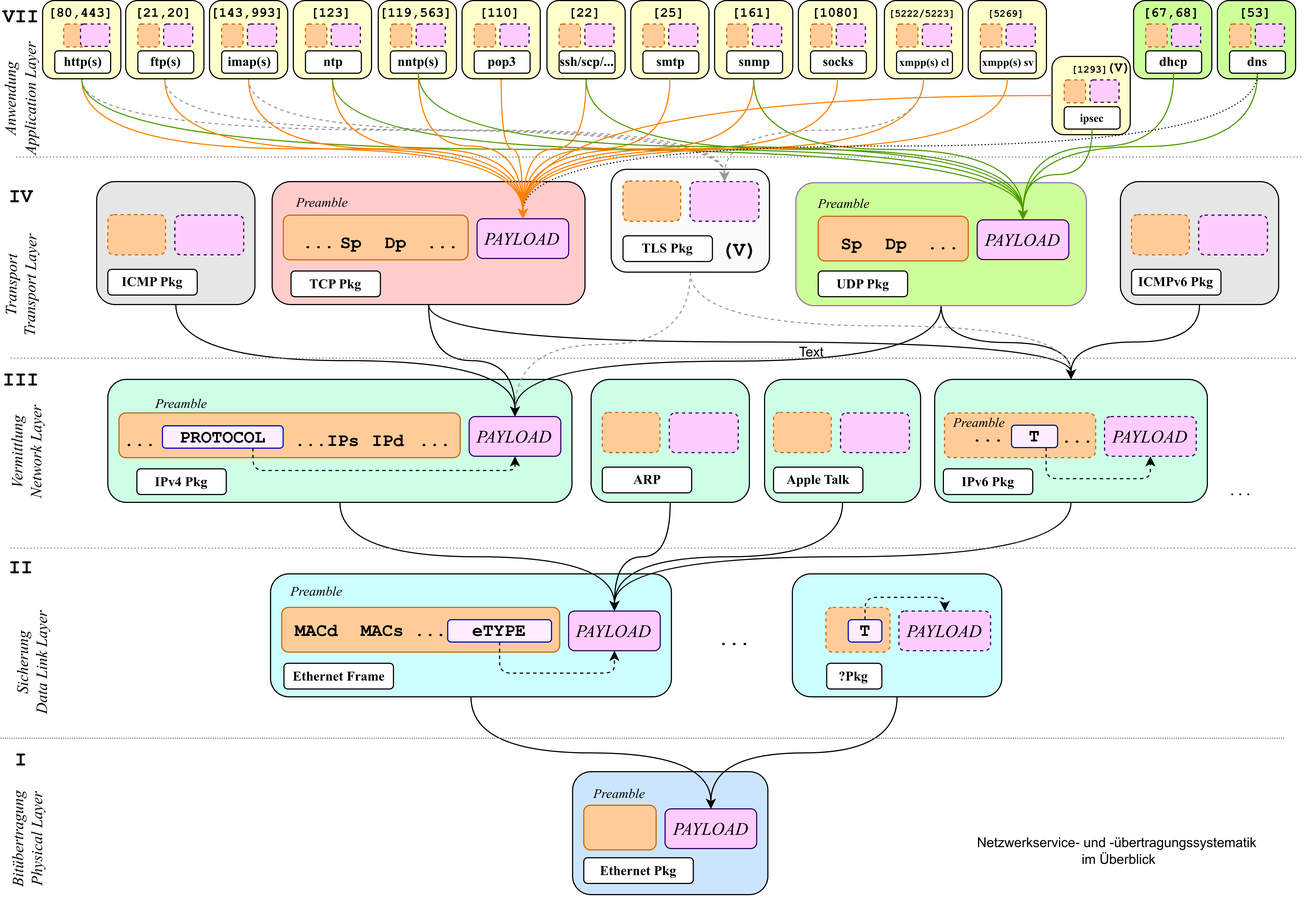
This is sources/img.gl/package-family-tree.png from protirone/protico.ltx, a draw.io export, as it was before one commit. Source tidied: cells renumbered, new cells last; positions are measured from the earlier drawing's top-left corner, leaving out a move shared by most shapes.
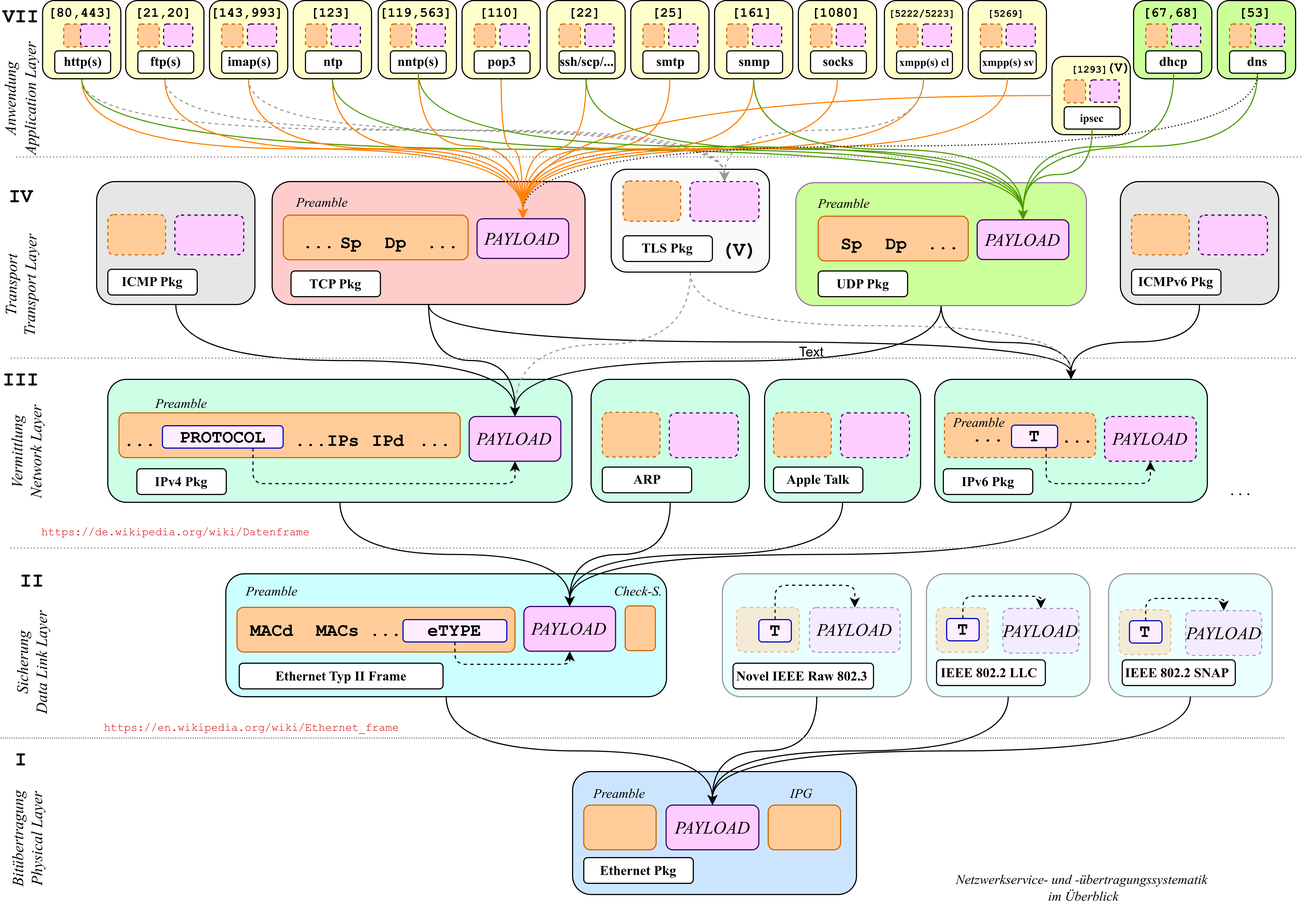
Above is the later version.

The edit, as a diff of the source:
```diff
@@ -4,2 +4,5 @@
     <mxCell id="1" parent="0" />
+    <mxCell id="231" style="rounded=1;whiteSpace=wrap;html=1;fillColor=#CCFFFF;opacity=40;" parent="1" vertex="1">
+      <mxGeometry x="867.6" y="513" width="146.4" height="110" as="geometry" />
+    </mxCell>
     <mxCell id="2" style="rounded=1;whiteSpace=wrap;html=1;fillColor=#CCFFE6;" parent="1" vertex="1">
@@ -20,3 +23,3 @@
     <mxCell id="7" value="&lt;font style=&quot;font-size: 16px;&quot; face=&quot;Garamond&quot;&gt;&lt;i style=&quot;&quot;&gt;PAYLOAD&lt;/i&gt;&lt;/font&gt;" style="rounded=1;whiteSpace=wrap;html=1;fillColor=#FFCCFF;strokeColor=#330066;" parent="1" vertex="1">
-      <mxGeometry x="458.4" y="372.2" width="82" height="35.5" as="geometry" />
+      <mxGeometry x="458.4" y="372.2" width="82" height="40" as="geometry" />
     </mxCell>
@@ -53,3 +56,3 @@
     <mxCell id="18" value="&lt;font style=&quot;font-size: 16px;&quot; face=&quot;Garamond&quot;&gt;&lt;i style=&quot;&quot;&gt;PAYLOAD&lt;/i&gt;&lt;/font&gt;" style="rounded=1;whiteSpace=wrap;html=1;fillColor=#FFCCFF;strokeColor=#330066;dashed=1;" parent="1" vertex="1">
-      <mxGeometry x="1027" y="372.2" width="82" height="35.5" as="geometry" />
+      <mxGeometry x="1027" y="372.2" width="82" height="40" as="geometry" />
     </mxCell>
@@ -71,6 +74,6 @@
     <mxCell id="24" style="rounded=1;whiteSpace=wrap;html=1;fillColor=#FFCC99;strokeColor=#CC6600;fontSize=16;dashed=1;" parent="1" vertex="1">
-      <mxGeometry x="730.8" y="368.5" width="51.6" height="36" as="geometry" />
+      <mxGeometry x="730.8" y="368.5" width="51.6" height="40" as="geometry" />
     </mxCell>
     <mxCell id="25" style="rounded=1;whiteSpace=wrap;html=1;fillColor=#FFCCFF;strokeColor=#330066;dashed=1;" parent="1" vertex="1">
-      <mxGeometry x="790.8" y="369" width="61.6" height="35.5" as="geometry" />
+      <mxGeometry x="790.8" y="369" width="61.6" height="40" as="geometry" />
     </mxCell>
@@ -86,6 +89,6 @@
     <mxCell id="29" style="rounded=1;whiteSpace=wrap;html=1;fillColor=#FFCC99;strokeColor=#CC6600;fontSize=16;dashed=1;" parent="1" vertex="1">
-      <mxGeometry x="577.5" y="368.5" width="51.6" height="36" as="geometry" />
+      <mxGeometry x="577.5" y="368.5" width="51.6" height="40" as="geometry" />
     </mxCell>
     <mxCell id="30" style="rounded=1;whiteSpace=wrap;html=1;fillColor=#FFCCFF;strokeColor=#330066;dashed=1;" parent="1" vertex="1">
-      <mxGeometry x="637.5" y="369" width="61.6" height="35.5" as="geometry" />
+      <mxGeometry x="637.5" y="369" width="61.6" height="40" as="geometry" />
     </mxCell>
@@ -95,15 +98,15 @@
     <mxCell id="32" style="rounded=1;whiteSpace=wrap;html=1;fillColor=#CCFFFF;" parent="1" vertex="1">
-      <mxGeometry x="280.6" y="513" width="358.8" height="110" as="geometry" />
+      <mxGeometry x="240.6" y="513" width="394.4" height="110" as="geometry" />
     </mxCell>
     <mxCell id="33" style="rounded=1;whiteSpace=wrap;html=1;fillColor=#FFCC99;strokeColor=#CC6600;fontSize=16;" parent="1" vertex="1">
-      <mxGeometry x="290.6" y="543" width="248.8" height="40" as="geometry" />
+      <mxGeometry x="250.6" y="543" width="248.8" height="40" as="geometry" />
     </mxCell>
     <mxCell id="34" value="&lt;font face=&quot;Courier New&quot;&gt;MACd&lt;/font&gt;" style="text;html=1;align=center;verticalAlign=middle;whiteSpace=wrap;rounded=0;fontStyle=1;fontSize=16;" parent="1" vertex="1">
-      <mxGeometry x="301.5" y="554" width="40" height="20" as="geometry" />
+      <mxGeometry x="261.5" y="554" width="40" height="20" as="geometry" />
     </mxCell>
     <mxCell id="35" value="&lt;font face=&quot;Courier New&quot;&gt;...&lt;/font&gt;" style="text;html=1;align=center;verticalAlign=middle;whiteSpace=wrap;rounded=0;fontStyle=1;fontSize=16;" parent="1" vertex="1">
-      <mxGeometry x="414.9" y="554" width="18" height="20" as="geometry" />
+      <mxGeometry x="374.9" y="554" width="18" height="20" as="geometry" />
     </mxCell>
     <mxCell id="36" value="&lt;font style=&quot;font-size: 16px;&quot; face=&quot;Garamond&quot;&gt;&lt;i style=&quot;&quot;&gt;PAYLOAD&lt;/i&gt;&lt;/font&gt;" style="rounded=1;whiteSpace=wrap;html=1;fillColor=#FFCCFF;strokeColor=#330066;" parent="1" vertex="1">
-      <mxGeometry x="547.4" y="546.2" width="82" height="35.5" as="geometry" />
+      <mxGeometry x="507.4" y="542.2" width="82" height="40" as="geometry" />
     </mxCell>
@@ -113,15 +116,15 @@
     <mxCell id="38" value="&lt;font face=&quot;Courier New&quot;&gt;eTYPE&lt;/font&gt;" style="text;html=1;align=center;verticalAlign=middle;whiteSpace=wrap;rounded=1;fontStyle=1;strokeColor=#0000CC;fillColor=#FFeeFF;fontSize=16;" parent="1" vertex="1">
-      <mxGeometry x="439.2" y="554" width="92.9" height="20" as="geometry" />
+      <mxGeometry x="399.2" y="554" width="92.9" height="20" as="geometry" />
     </mxCell>
     <mxCell id="39" value="&lt;font face=&quot;Courier New&quot;&gt;MACs&lt;/font&gt;" style="text;html=1;align=center;verticalAlign=middle;whiteSpace=wrap;rounded=0;fontStyle=1;fontSize=16;" parent="1" vertex="1">
-      <mxGeometry x="360.6" y="554" width="40" height="20" as="geometry" />
+      <mxGeometry x="320.6" y="554" width="40" height="20" as="geometry" />
     </mxCell>
-    <mxCell id="40" value="&lt;b&gt;&lt;font face=&quot;Garamond&quot;&gt;Ethernet Frame&lt;/font&gt;&lt;/b&gt;" style="rounded=1;whiteSpace=wrap;html=1;" parent="1" vertex="1">
-      <mxGeometry x="292.6" y="593" width="98" height="23" as="geometry" />
+    <mxCell id="40" value="&lt;b&gt;&lt;font face=&quot;Garamond&quot;&gt;Ethernet Typ II Frame&lt;/font&gt;&lt;/b&gt;" style="rounded=1;whiteSpace=wrap;html=1;" parent="1" vertex="1">
+      <mxGeometry x="252.6" y="593" width="182.4" height="23" as="geometry" />
     </mxCell>
     <mxCell id="41" value="&lt;font face=&quot;Garamond&quot;&gt;&lt;i style=&quot;&quot;&gt;Preamble&lt;/i&gt;&lt;/font&gt;" style="text;html=1;align=center;verticalAlign=middle;whiteSpace=wrap;rounded=0;" parent="1" vertex="1">
-      <mxGeometry x="300.5" y="523" width="42" height="12" as="geometry" />
+      <mxGeometry x="260.5" y="523" width="42" height="12" as="geometry" />
     </mxCell>
     <mxCell id="42" style="rounded=1;whiteSpace=wrap;html=1;fillColor=#CCE5FF;" parent="1" vertex="1">
-      <mxGeometry x="550.9" y="690" width="174.8" height="110" as="geometry" />
+      <mxGeometry x="550.9" y="690" width="254.1" height="110" as="geometry" />
     </mxCell>
@@ -131,3 +134,3 @@
     <mxCell id="44" value="&lt;font style=&quot;font-size: 16px;&quot; face=&quot;Garamond&quot;&gt;&lt;i style=&quot;&quot;&gt;PAYLOAD&lt;/i&gt;&lt;/font&gt;" style="rounded=1;whiteSpace=wrap;html=1;fillColor=#FFCCFF;strokeColor=#330066;" parent="1" vertex="1">
-      <mxGeometry x="633.7" y="723.2" width="82" height="35.5" as="geometry" />
+      <mxGeometry x="634.6" y="720" width="83" height="40" as="geometry" />
     </mxCell>
@@ -142,10 +145,10 @@
     </mxCell>
-    <mxCell id="48" style="rounded=1;whiteSpace=wrap;html=1;fillColor=#CCFFFF;" parent="1" vertex="1">
-      <mxGeometry x="747.6" y="513" width="187.4" height="110" as="geometry" />
+    <mxCell id="48" style="rounded=1;whiteSpace=wrap;html=1;fillColor=#CCFFFF;opacity=40;" parent="1" vertex="1">
+      <mxGeometry x="685" y="513" width="169" height="110" as="geometry" />
     </mxCell>
-    <mxCell id="49" style="rounded=1;whiteSpace=wrap;html=1;fillColor=#FFCC99;strokeColor=#CC6600;fontSize=16;dashed=1;" parent="1" vertex="1">
-      <mxGeometry x="777.6" y="543" width="57.4" height="40" as="geometry" />
+    <mxCell id="49" style="rounded=1;whiteSpace=wrap;html=1;fillColor=#FFCC99;strokeColor=#CC6600;fontSize=16;dashed=1;opacity=40;" parent="1" vertex="1">
+      <mxGeometry x="697.6" y="543" width="56.4" height="40" as="geometry" />
     </mxCell>
-    <mxCell id="50" value="&lt;font style=&quot;font-size: 16px;&quot; face=&quot;Garamond&quot;&gt;&lt;i style=&quot;&quot;&gt;PAYLOAD&lt;/i&gt;&lt;/font&gt;" style="rounded=1;whiteSpace=wrap;html=1;fillColor=#FFCCFF;strokeColor=#330066;dashed=1;" parent="1" vertex="1">
-      <mxGeometry x="843" y="546.2" width="82" height="35.5" as="geometry" />
+    <mxCell id="50" value="&lt;font style=&quot;font-size: 16px;&quot; face=&quot;Garamond&quot;&gt;&lt;i style=&quot;&quot;&gt;PAYLOAD&lt;/i&gt;&lt;/font&gt;" style="rounded=1;whiteSpace=wrap;html=1;fillColor=#FFCCFF;strokeColor=#330066;dashed=1;opacity=40;" parent="1" vertex="1">
+      <mxGeometry x="763" y="543.2" width="81" height="40" as="geometry" />
     </mxCell>
@@ -155,6 +158,6 @@
     <mxCell id="52" value="&lt;font face=&quot;Courier New&quot;&gt;T&lt;/font&gt;" style="text;html=1;align=center;verticalAlign=middle;whiteSpace=wrap;rounded=1;fontStyle=1;strokeColor=#0000CC;fillColor=#FFeeFF;fontSize=16;" parent="1" vertex="1">
-      <mxGeometry x="797.6" y="554" width="30.1" height="20" as="geometry" />
+      <mxGeometry x="717.6" y="554" width="29.1" height="20" as="geometry" />
     </mxCell>
-    <mxCell id="53" value="&lt;b&gt;&lt;font face=&quot;Garamond&quot;&gt;?Pkg&lt;/font&gt;&lt;/b&gt;" style="rounded=1;whiteSpace=wrap;html=1;" parent="1" vertex="1">
-      <mxGeometry x="778.3" y="593" width="49.4" height="23" as="geometry" />
+    <mxCell id="53" value="&lt;b&gt;&lt;font face=&quot;Garamond&quot;&gt;Novel IEEE Raw 802.3&amp;nbsp;&lt;/font&gt;&lt;/b&gt;" style="rounded=1;whiteSpace=wrap;html=1;" parent="1" vertex="1">
+      <mxGeometry x="694.5" y="593" width="125.7" height="23" as="geometry" />
     </mxCell>
@@ -163,5 +166,2 @@
     </mxCell>
-    <mxCell id="55" value="&lt;font face=&quot;Courier New&quot;&gt;...&lt;/font&gt;" style="text;html=1;align=center;verticalAlign=middle;whiteSpace=wrap;rounded=0;fontStyle=1;fontSize=16;" parent="1" vertex="1">
-      <mxGeometry x="686.5" y="561.8" width="18" height="20" as="geometry" />
-    </mxCell>
     <mxCell id="56" style="edgeStyle=orthogonalEdgeStyle;rounded=0;jettySize=auto;html=1;exitX=0.5;exitY=1;exitDx=0;exitDy=0;curved=1;" parent="1" edge="1" source="2" target="36">
@@ -680,3 +680,3 @@
     <mxCell id="223" value="&lt;b&gt;&lt;font style=&quot;font-size: 18px;&quot; face=&quot;Courier New&quot;&gt;II&lt;/font&gt;&lt;/b&gt;" style="text;html=1;align=center;verticalAlign=middle;whiteSpace=wrap;rounded=0;" parent="1" vertex="1">
-      <mxGeometry x="40" y="493" width="35" height="30" as="geometry" />
+      <mxGeometry x="50" y="505" width="35" height="30" as="geometry" />
     </mxCell>
@@ -694,4 +694,4 @@
     </mxCell>
-    <mxCell id="228" value="&amp;nbsp;&lt;div&gt;Netzwerkservice- und -übertragungssystematik&amp;nbsp;&lt;/div&gt;&lt;div&gt;im Überblick&lt;/div&gt;" style="text;html=1;align=center;verticalAlign=middle;whiteSpace=wrap;rounded=0;" parent="1" vertex="1">
-      <mxGeometry x="900" y="733.6" width="280.2" height="40" as="geometry" />
+    <mxCell id="228" value="&amp;nbsp;&lt;div&gt;Netzwerkservice- und -übertragungssystematik&amp;nbsp;&lt;/div&gt;&lt;div&gt;im Überblick&lt;/div&gt;" style="text;html=1;align=center;verticalAlign=middle;whiteSpace=wrap;rounded=0;fontFamily=Garamond;fontStyle=2;" parent="1" vertex="1">
+      <mxGeometry x="850.8" y="767" width="315.2" height="40" as="geometry" />
     </mxCell>
@@ -703,2 +703,59 @@
     </mxCell>
+    <mxCell id="232" style="rounded=1;whiteSpace=wrap;html=1;fillColor=#FFCC99;strokeColor=#CC6600;fontSize=16;" parent="1" vertex="1">
+      <mxGeometry x="726" y="720" width="64.8" height="40" as="geometry" />
+    </mxCell>
+    <mxCell id="233" value="&lt;font face=&quot;Garamond&quot;&gt;&lt;i style=&quot;&quot;&gt;IPG&lt;/i&gt;&lt;/font&gt;" style="text;html=1;align=center;verticalAlign=middle;whiteSpace=wrap;rounded=0;" parent="1" vertex="1">
+      <mxGeometry x="735" y="704" width="42" height="12" as="geometry" />
+    </mxCell>
+    <mxCell id="234" style="rounded=1;whiteSpace=wrap;html=1;fillColor=#FFCC99;strokeColor=#CC6600;fontSize=16;" parent="1" vertex="1">
+      <mxGeometry x="598" y="541.8" width="27" height="40" as="geometry" />
+    </mxCell>
+    <mxCell id="235" value="&lt;font face=&quot;Garamond&quot;&gt;&lt;i style=&quot;&quot;&gt;Check-S.&lt;/i&gt;&lt;/font&gt;" style="text;html=1;align=center;verticalAlign=middle;whiteSpace=wrap;rounded=0;" parent="1" vertex="1">
+      <mxGeometry x="581.9" y="523" width="56.1" height="12" as="geometry" />
+    </mxCell>
+    <mxCell id="236" value="&lt;b&gt;&lt;font face=&quot;Garamond&quot;&gt;IEEE 802.2 LLC&amp;nbsp;&lt;/font&gt;&lt;/b&gt;" style="rounded=1;whiteSpace=wrap;html=1;" parent="1" vertex="1">
+      <mxGeometry x="876.7" y="590" width="97.3" height="23" as="geometry" />
+    </mxCell>
+    <mxCell id="237" style="rounded=1;whiteSpace=wrap;html=1;fillColor=#CCFFFF;opacity=40;" parent="1" vertex="1">
+      <mxGeometry x="1030.6" y="513" width="146.4" height="110" as="geometry" />
+    </mxCell>
+    <mxCell id="238" value="&lt;b&gt;&lt;font face=&quot;Garamond&quot;&gt;IEEE 802.2 SNAP&amp;nbsp;&lt;/font&gt;&lt;/b&gt;" style="rounded=1;whiteSpace=wrap;html=1;" parent="1" vertex="1">
+      <mxGeometry x="1042.8" y="590" width="101.2" height="23" as="geometry" />
+    </mxCell>
+    <mxCell id="239" style="rounded=1;whiteSpace=wrap;html=1;fillColor=#FFCC99;strokeColor=#CC6600;fontSize=16;dashed=1;opacity=40;" parent="1" vertex="1">
+      <mxGeometry x="876.4" y="543.2" width="46.4" height="40" as="geometry" />
+    </mxCell>
+    <mxCell id="240" value="&lt;font style=&quot;font-size: 16px;&quot; face=&quot;Garamond&quot;&gt;&lt;i style=&quot;&quot;&gt;PAYLOAD&lt;/i&gt;&lt;/font&gt;" style="rounded=1;whiteSpace=wrap;html=1;fillColor=#FFCCFF;strokeColor=#330066;dashed=1;opacity=40;" parent="1" vertex="1">
+      <mxGeometry x="936" y="544" width="68" height="40" as="geometry" />
+    </mxCell>
+    <mxCell id="241" style="edgeStyle=orthogonalEdgeStyle;rounded=1;jettySize=auto;html=1;exitX=0.5;exitY=0;exitDx=0;exitDy=0;entryX=0.5;entryY=0;entryDx=0;entryDy=0;curved=0;dashed=1;" parent="1" edge="1" source="242" target="240">
+      <mxGeometry relative="1" as="geometry" />
+    </mxCell>
+    <mxCell id="242" value="&lt;font face=&quot;Courier New&quot;&gt;T&lt;/font&gt;" style="text;html=1;align=center;verticalAlign=middle;whiteSpace=wrap;rounded=1;fontStyle=1;strokeColor=#0000CC;fillColor=#FFeeFF;fontSize=16;" parent="1" vertex="1">
+      <mxGeometry x="885.7" y="553" width="29.1" height="20" as="geometry" />
+    </mxCell>
+    <mxCell id="243" style="rounded=1;whiteSpace=wrap;html=1;fillColor=#FFCC99;strokeColor=#CC6600;fontSize=16;dashed=1;opacity=40;" parent="1" vertex="1">
+      <mxGeometry x="1040" y="545.2" width="46.4" height="40" as="geometry" />
+    </mxCell>
+    <mxCell id="244" value="&lt;font style=&quot;font-size: 16px;&quot; face=&quot;Garamond&quot;&gt;&lt;i style=&quot;&quot;&gt;PAYLOAD&lt;/i&gt;&lt;/font&gt;" style="rounded=1;whiteSpace=wrap;html=1;fillColor=#FFCCFF;strokeColor=#330066;dashed=1;opacity=40;" parent="1" vertex="1">
+      <mxGeometry x="1099.6" y="546" width="68" height="40" as="geometry" />
+    </mxCell>
+    <mxCell id="245" style="edgeStyle=orthogonalEdgeStyle;rounded=1;jettySize=auto;html=1;exitX=0.5;exitY=0;exitDx=0;exitDy=0;entryX=0.5;entryY=0;entryDx=0;entryDy=0;curved=0;dashed=1;" parent="1" edge="1" source="246" target="244">
+      <mxGeometry relative="1" as="geometry" />
+    </mxCell>
+    <mxCell id="246" value="&lt;font face=&quot;Courier New&quot;&gt;T&lt;/font&gt;" style="text;html=1;align=center;verticalAlign=middle;whiteSpace=wrap;rounded=1;fontStyle=1;strokeColor=#0000CC;fillColor=#FFeeFF;fontSize=16;" parent="1" vertex="1">
+      <mxGeometry x="1049.3" y="555" width="29.1" height="20" as="geometry" />
+    </mxCell>
+    <mxCell id="247" value="&lt;font style=&quot;font-size: 10px;&quot; face=&quot;Courier New&quot; color=&quot;#cc0000&quot;&gt;https://en.wikipedia.org/wiki/Ethernet_frame&lt;/font&gt;" style="text;html=1;align=center;verticalAlign=middle;whiteSpace=wrap;rounded=0;" parent="1" vertex="1">
+      <mxGeometry x="119" y="635" width="290" height="30" as="geometry" />
+    </mxCell>
+    <mxCell id="248" value="&lt;font style=&quot;font-size: 10px;&quot; face=&quot;Courier New&quot; color=&quot;#cc0000&quot;&gt;https://de.wikipedia.org/wiki/Datenframe&lt;/font&gt;" style="text;html=1;align=center;verticalAlign=middle;whiteSpace=wrap;rounded=0;" parent="1" vertex="1">
+      <mxGeometry x="65.8" y="460" width="260" height="30" as="geometry" />
+    </mxCell>
+    <mxCell id="249" style="edgeStyle=orthogonalEdgeStyle;rounded=0;jettySize=auto;html=1;exitX=0.5;exitY=1;exitDx=0;exitDy=0;entryX=0.5;entryY=0;entryDx=0;entryDy=0;curved=1;" parent="1" edge="1" source="231" target="44">
+      <mxGeometry relative="1" as="geometry" />
+    </mxCell>
+    <mxCell id="250" style="edgeStyle=orthogonalEdgeStyle;rounded=0;jettySize=auto;html=1;exitX=0.5;exitY=1;exitDx=0;exitDy=0;entryX=0.5;entryY=0;entryDx=0;entryDy=0;curved=1;" parent="1" edge="1" source="237" target="44">
+      <mxGeometry relative="1" as="geometry" />
+    </mxCell>
   </root>
```
